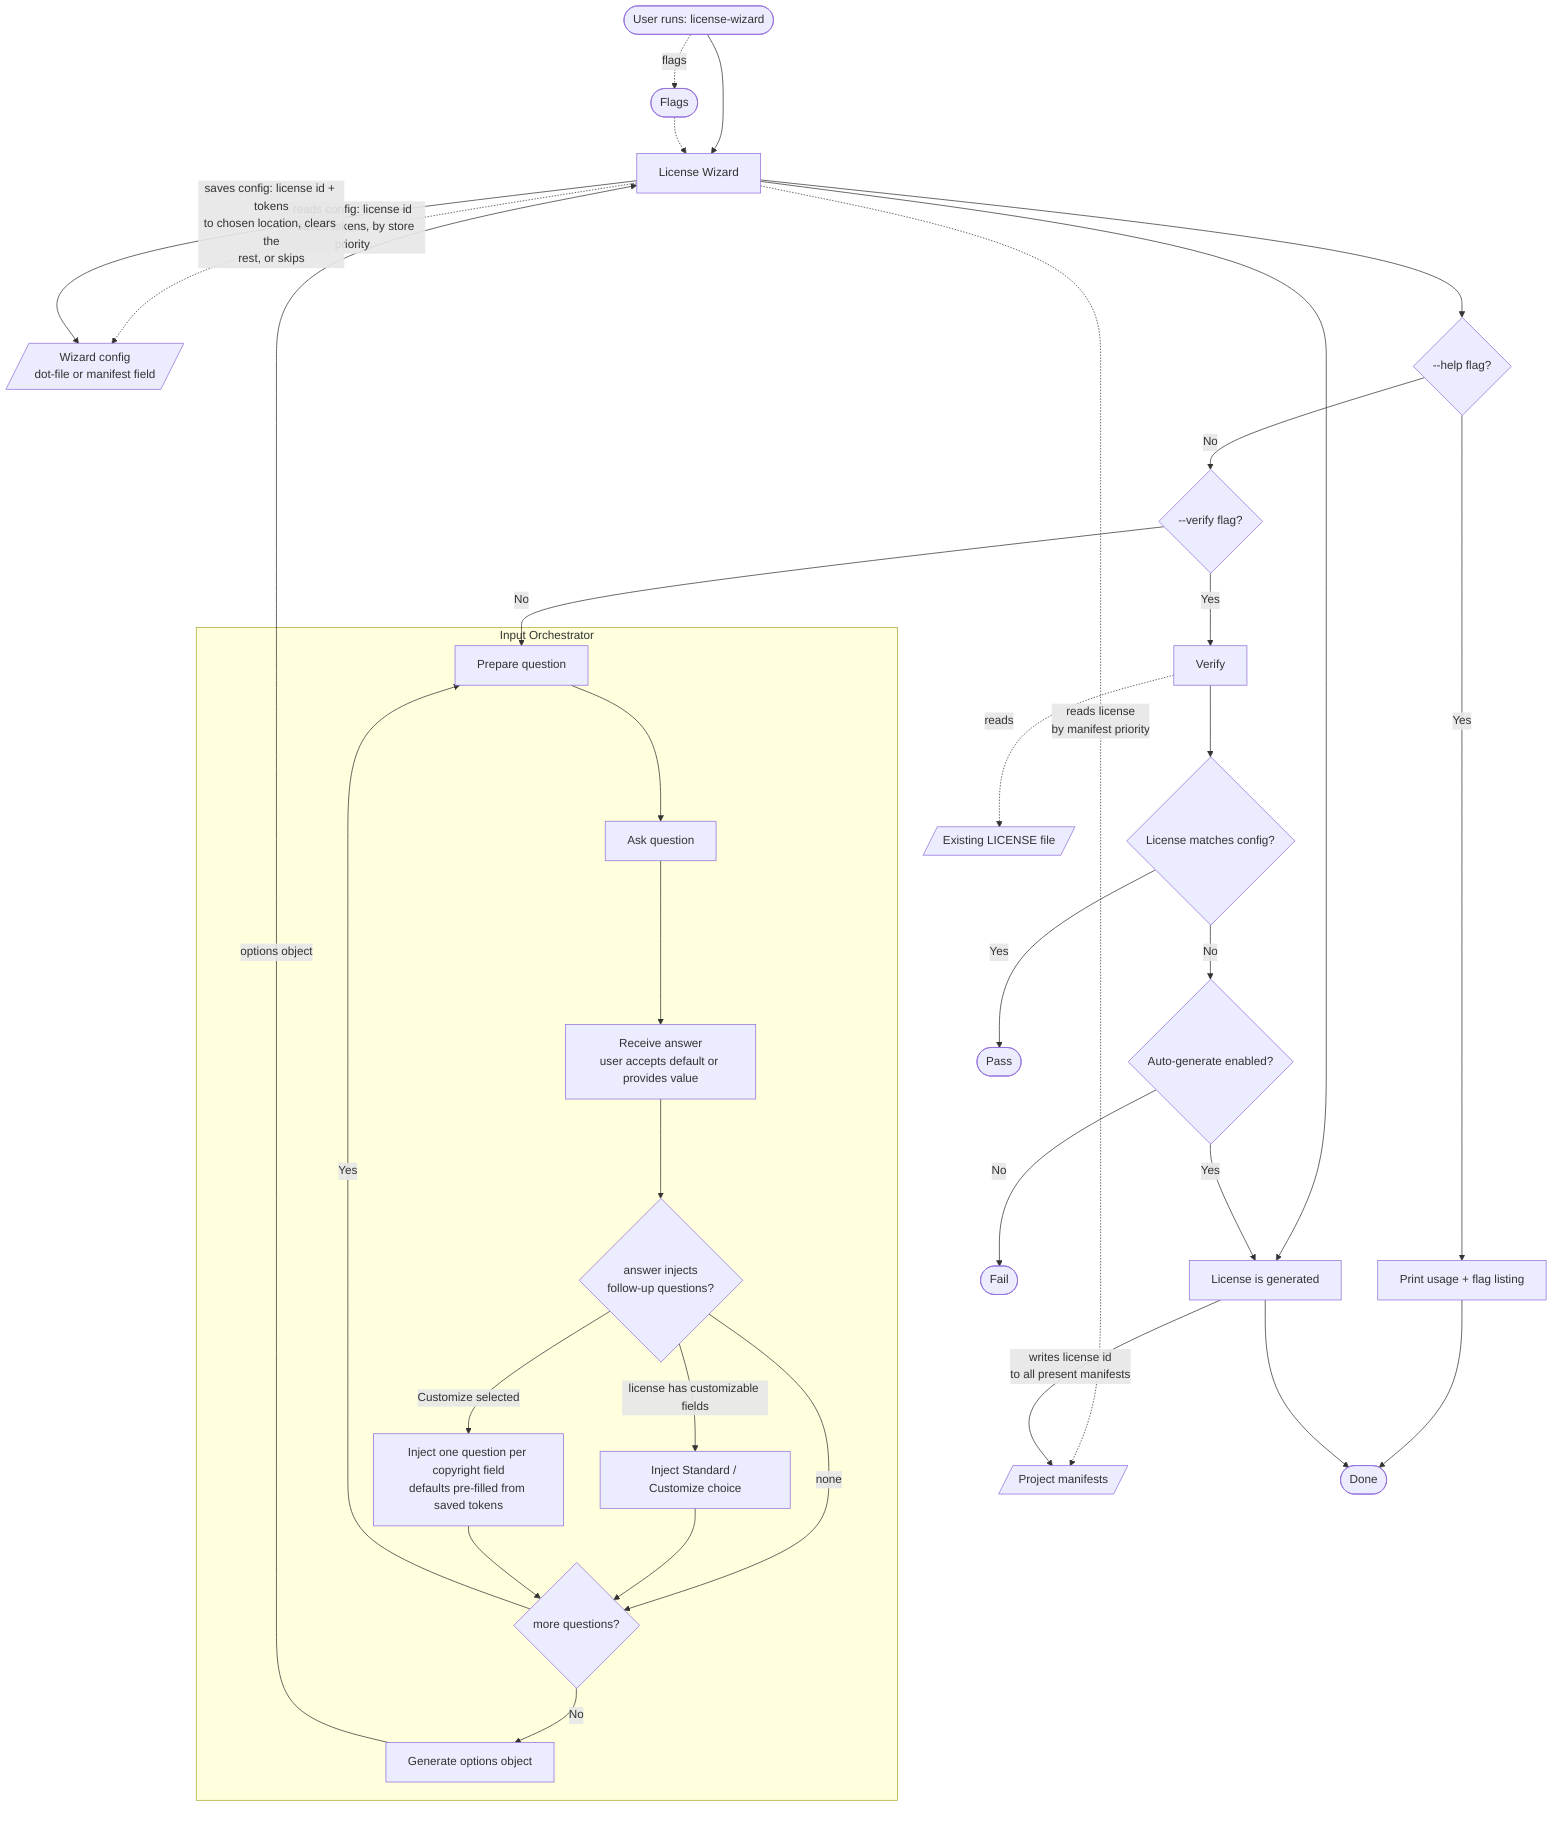
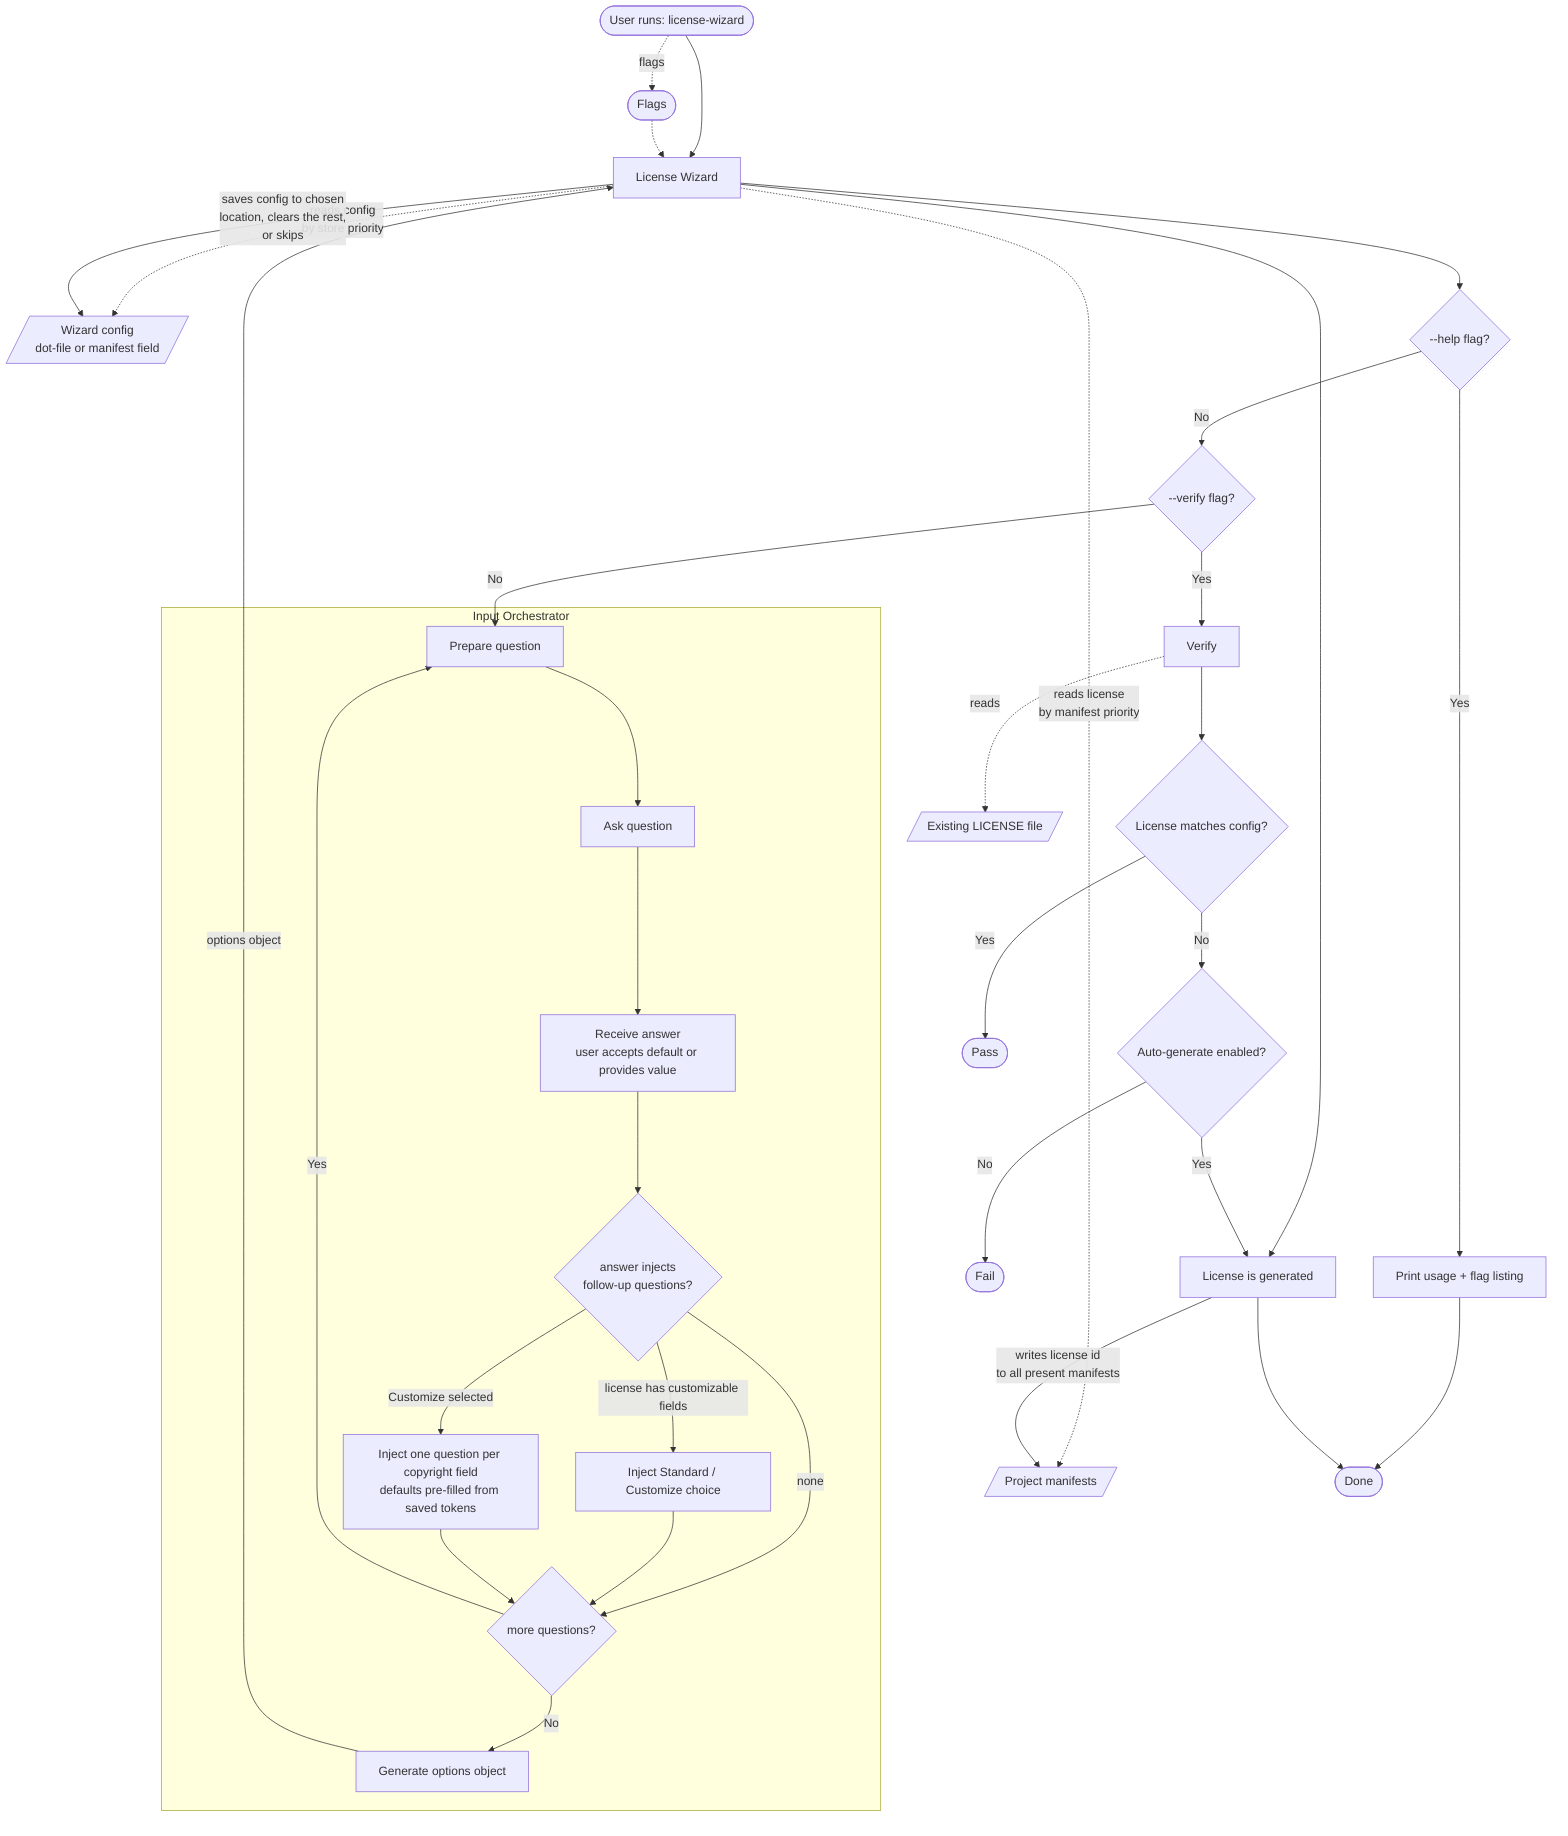
flowchart TD
    A([User runs: license-wizard]) --> LW[License Wizard]
    A -.->|flags| FL([Flags])
    FL -.-> LW
-     LW -.->|reads config: license id<br/>+ saved tokens, by store priority| LC[/Wizard config<br/>dot-file or manifest field/]
+     LW -.->|reads config<br/>by store priority| LC[/Wizard config<br/>dot-file or manifest field/]
    LW -.->|reads license<br/>by manifest priority| PJ[/Project manifests/]

    LW --> HELP{--help flag?}

    %% ─── Help path ───
    HELP -->|Yes| HU[Print usage + flag listing]
    HU --> H

    HELP -->|No| M{--verify flag?}

    %% ─── Interactive / generation path ───
    M -->|No| C

    subgraph IO [Input Orchestrator]
        C[Prepare question]
        C --> D[Ask question]
        D --> E[Receive answer<br/>user accepts default or provides value]
        E --> INJ{answer injects<br/>follow-up questions?}
        INJ -->|license has customizable fields| MODE[Inject Standard / Customize choice]
        INJ -->|Customize selected| FIELDS[Inject one question per copyright field<br/>defaults pre-filled from saved tokens]
        INJ -->|none| F
        MODE --> F
        FIELDS --> F
        F{more questions?}
        F -->|Yes| C
        F -->|No| OG[Generate options object]
    end

    OG -->|options object| LW
-     LW -->|saves config: license id + tokens<br/>to chosen location, clears the<br/>rest, or skips| LC
+     LW -->|saves config to chosen<br/>location, clears the rest,<br/>or skips| LC
    LW --> G[License is generated]
    G -->|writes license id<br/>to all present manifests| PJ
    G --> H([Done])

    %% ─── Verification path ───
    M -->|Yes| V[Verify]
    V -.->|reads| EL[/Existing LICENSE file/]
    V --> R{License matches config?}
    R -->|Yes| PASS([Pass])
    R -->|No| AG{Auto-generate enabled?}
    AG -->|Yes| G
    AG -->|No| FAIL([Fail])
